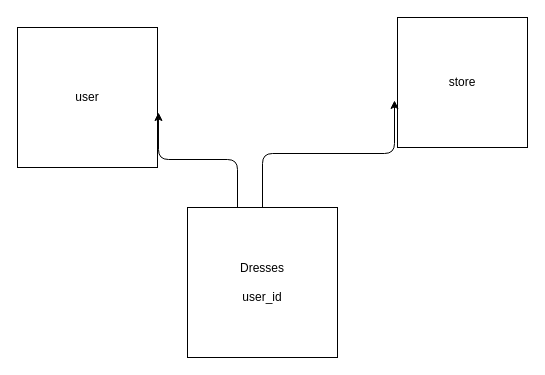
Earlier version of the draw.io diagram project.svg.drawio (crshenx/ecommerce-dress). Source tidied: cells renumbered, new cells numbered last; positions are measured from the earlier drawing's top-left corner, leaving out a move shared by most shapes. Both pictures are drawn from the tidied source at 100%, with x=0, y=0 at pixel (17, 17).
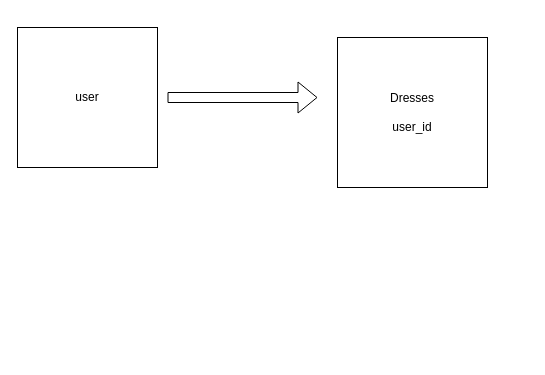
Above is the later version.

Diff of the diagram source:
```diff
@@
 <mxGraphModel>
   <root>
     <mxCell id="0" />
     <mxCell id="1" parent="0" />
     <mxCell id="2" value="user" style="whiteSpace=wrap;html=1;" parent="1" vertex="1">
       <mxGeometry y="10" width="140" height="140" as="geometry" />
     </mxCell>
     <mxCell id="3" value="Dresses&lt;br&gt;&lt;br&gt;user_id" style="whiteSpace=wrap;html=1;" parent="1" vertex="1">
-      <mxGeometry x="170" y="190" width="150" height="150" as="geometry" />
+      <mxGeometry x="320" y="20" width="150" height="150" as="geometry" />
     </mxCell>
-    <mxCell id="4" value="store" style="whiteSpace=wrap;html=1;" parent="1" vertex="1">
-      <mxGeometry x="380" width="130" height="130" as="geometry" />
-    </mxCell>
-    <mxCell id="5" style="edgeStyle=elbowEdgeStyle;elbow=vertical;endArrow=classic;html=1;entryX=1.007;entryY=0.607;entryDx=0;entryDy=0;entryPerimeter=0;" parent="1" edge="1" target="2">
-      <mxGeometry relative="1" as="geometry">
-        <mxPoint x="220" y="190" as="sourcePoint" />
-      </mxGeometry>
-    </mxCell>
-    <mxCell id="6" style="edgeStyle=elbowEdgeStyle;elbow=vertical;endArrow=classic;html=1;entryX=-0.023;entryY=0.638;entryDx=0;entryDy=0;entryPerimeter=0;exitX=0.5;exitY=0;exitDx=0;exitDy=0;" parent="1" edge="1" source="3" target="4">
-      <mxGeometry relative="1" as="geometry" />
+    <mxCell id="6" style="shape=flexArrow;endArrow=classic;html=1;" parent="1" edge="1">
+      <mxGeometry relative="1" as="geometry">
+        <mxPoint x="150" y="80" as="sourcePoint" />
+        <mxPoint x="300" y="80" as="targetPoint" />
+      </mxGeometry>
     </mxCell>
   </root>
 </mxGraphModel>
```
